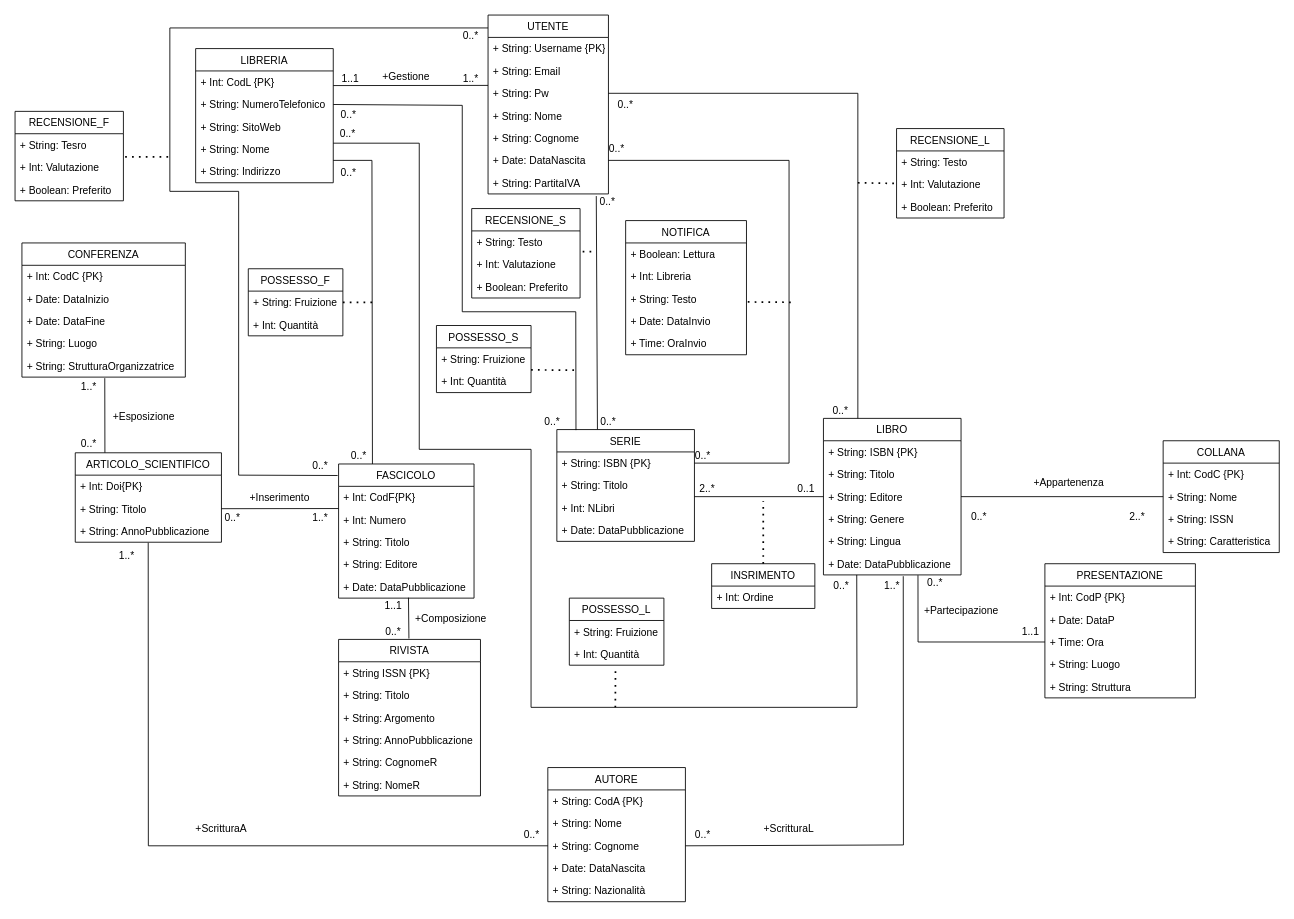
Giovk/Sistema-di-una-Bibleoteca-Digitale keeps this draw.io diagram as page "Pagina-1" (1 of 2) of DiagrammaUML(ristrutturato).drawio. Above is the earlier version. Source tidied: cells renumbered, new cells numbered last; positions are measured from the earlier drawing's top-left corner, leaving out a move shared by most shapes. Both pictures are drawn from the tidied source at 86%, with x=0, y=0 at pixel (15, 15).
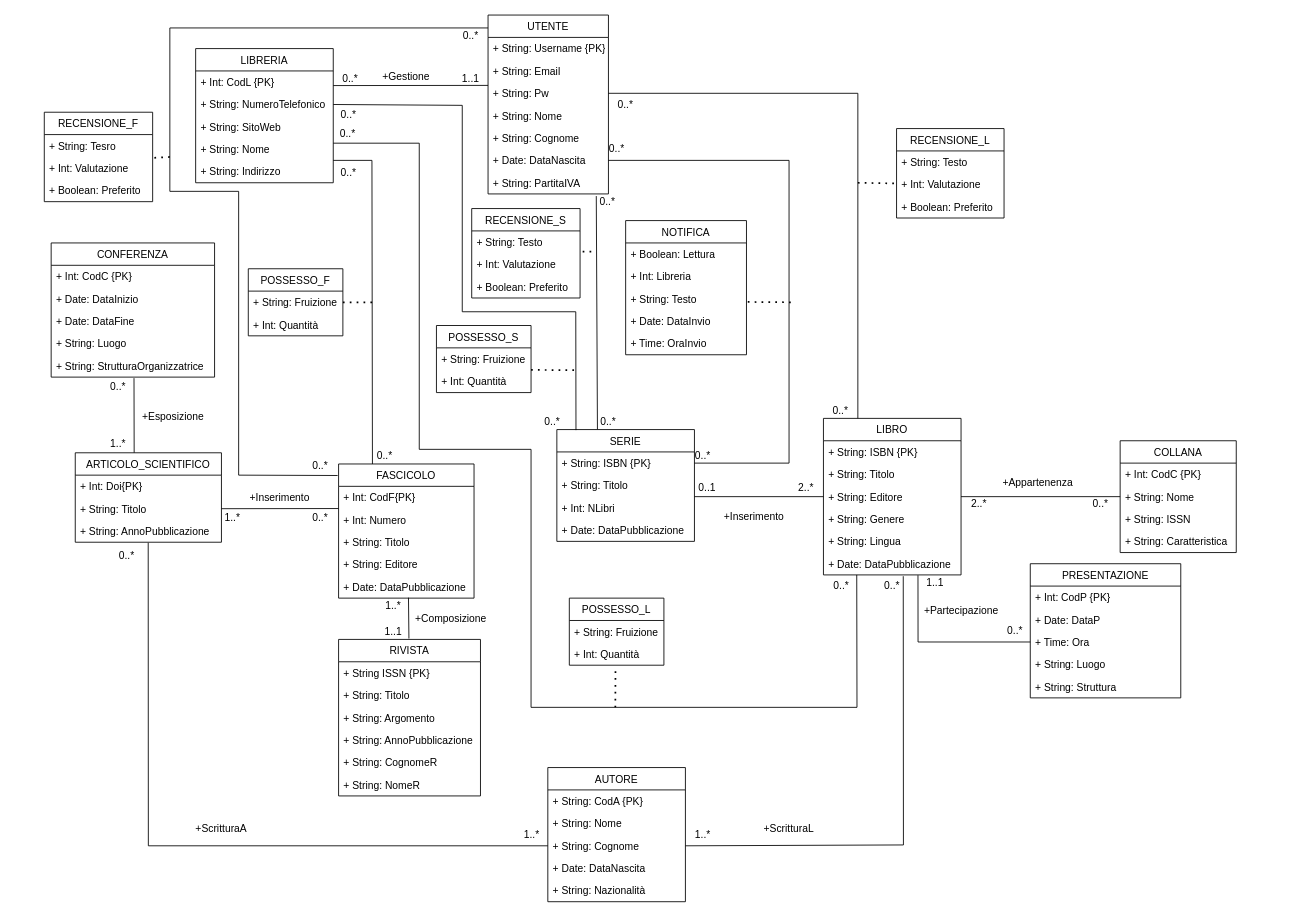
The same diagram, later.

The change refers to these unchanged cells:
```xml
<mxCell id="112" value="+ String: StrutturaOrganizzatrice" style="text;strokeColor=none;fillColor=none;align=left;verticalAlign=top;spacingLeft=4;spacingRight=4;overflow=hidden;points=[[0,0.5],[1,0.5]];portConstraint=eastwest;" parent="107" vertex="1">
  <mxGeometry y="130" width="190" height="26" as="geometry" />
</mxCell>
```

Diff of the diagram source:
```diff
@@
-    <mxCell id="18" value="1..*" style="text;html=1;strokeColor=none;fillColor=none;align=center;verticalAlign=middle;whiteSpace=wrap;rounded=0;" parent="1" vertex="1">
+    <mxCell id="18" value="1..1" style="text;html=1;strokeColor=none;fillColor=none;align=center;verticalAlign=middle;whiteSpace=wrap;rounded=0;" parent="1" vertex="1">
       <mxGeometry x="500" y="65" width="60" height="18" as="geometry" />
     </mxCell>
-    <mxCell id="19" value="1..1" style="text;html=1;strokeColor=none;fillColor=none;align=center;verticalAlign=middle;whiteSpace=wrap;rounded=0;" parent="1" vertex="1">
+    <mxCell id="19" value="0..*" style="text;html=1;strokeColor=none;fillColor=none;align=center;verticalAlign=middle;whiteSpace=wrap;rounded=0;" parent="1" vertex="1">
       <mxGeometry x="360" y="65" width="60" height="18" as="geometry" />
     </mxCell>
@@
-    <mxCell id="31" value="0..*" style="text;html=1;strokeColor=none;fillColor=none;align=center;verticalAlign=middle;whiteSpace=wrap;rounded=0;" parent="1" vertex="1">
+    <mxCell id="31" value="1..1" style="text;html=1;strokeColor=none;fillColor=none;align=center;verticalAlign=middle;whiteSpace=wrap;rounded=0;" parent="1" vertex="1">
       <mxGeometry x="410" y="708" width="60" height="18" as="geometry" />
     </mxCell>
@@
     <mxCell id="34" value="RECENSIONE_F" style="swimlane;fontStyle=0;horizontal=1;startSize=26;fillColor=none;" parent="1" vertex="1">
-      <mxGeometry y="112" width="126" height="104" as="geometry" />
+      <mxGeometry x="34" y="113" width="126" height="104" as="geometry" />
     </mxCell>
@@
     <mxCell id="78" value="COLLANA" style="swimlane;fontStyle=0;horizontal=1;startSize=26;fillColor=none;" parent="1" vertex="1">
-      <mxGeometry x="1335" y="495" width="135" height="130" as="geometry" />
+      <mxGeometry x="1285" y="495" width="135" height="130" as="geometry" />
     </mxCell>
@@
     <mxCell id="84" value="0..*" style="text;html=1;strokeColor=none;fillColor=none;align=center;verticalAlign=middle;whiteSpace=wrap;rounded=0;" parent="1" vertex="1">
-      <mxGeometry x="1091" y="575" width="60" height="18" as="geometry" />
+      <mxGeometry x="1240" y="559.5" width="45" height="18" as="geometry" />
     </mxCell>
     <mxCell id="85" value="2..*" style="text;html=1;strokeColor=none;fillColor=none;align=center;verticalAlign=middle;whiteSpace=wrap;rounded=0;" parent="1" vertex="1">
-      <mxGeometry x="1275" y="575" width="60" height="18" as="geometry" />
+      <mxGeometry x="1091" y="559.5" width="60" height="18" as="geometry" />
     </mxCell>
-    <mxCell id="86" value="INSRIMENTO" style="swimlane;fontStyle=0;horizontal=1;startSize=26;fillColor=none;" parent="1" vertex="1">
-      <mxGeometry x="810" y="638" width="120" height="52" as="geometry" />
-    </mxCell>
-    <mxCell id="87" value="+ Int: Ordine" style="text;strokeColor=none;fillColor=none;align=left;verticalAlign=top;spacingLeft=4;spacingRight=4;overflow=hidden;" parent="86" vertex="1">
-      <mxGeometry y="26" width="120" height="26" as="geometry" />
-    </mxCell>
@@
-    <mxCell id="89" style="endArrow=none;dashed=1;html=1;dashPattern=1 3;strokeWidth=2;rounded=0;exitX=0.5;exitY=0;exitDx=0;exitDy=0;" parent="1" edge="1" source="86">
-      <mxGeometry relative="1" as="geometry">
-        <mxPoint x="870" y="565" as="targetPoint" />
-      </mxGeometry>
-    </mxCell>
     <mxCell id="90" value="2..*" style="text;html=1;strokeColor=none;fillColor=none;align=center;verticalAlign=middle;whiteSpace=wrap;rounded=0;" parent="1" vertex="1">
-      <mxGeometry x="775" y="542" width="60" height="18" as="geometry" />
+      <mxGeometry x="900" y="541" width="40" height="18" as="geometry" />
     </mxCell>
     <mxCell id="91" value="0..1" style="text;html=1;strokeColor=none;fillColor=none;align=center;verticalAlign=middle;whiteSpace=wrap;rounded=0;" parent="1" vertex="1">
-      <mxGeometry x="890" y="542" width="60" height="18" as="geometry" />
+      <mxGeometry x="790" y="541" width="30" height="18" as="geometry" />
     </mxCell>
     <mxCell id="92" value="PRESENTAZIONE" style="swimlane;fontStyle=0;horizontal=1;startSize=26;fillColor=none;" parent="1" vertex="1">
-      <mxGeometry x="1197.5" y="638" width="175" height="156" as="geometry" />
+      <mxGeometry x="1180.5" y="638" width="175" height="156" as="geometry" />
     </mxCell>
@@
     <mxCell id="99" value="1..1" style="text;html=1;strokeColor=none;fillColor=none;align=center;verticalAlign=middle;whiteSpace=wrap;rounded=0;" parent="1" vertex="1">
-      <mxGeometry x="1151" y="708" width="60" height="18" as="geometry" />
+      <mxGeometry x="1040" y="651" width="60" height="18" as="geometry" />
     </mxCell>
     <mxCell id="100" value="0..*" style="text;html=1;strokeColor=none;fillColor=none;align=center;verticalAlign=middle;whiteSpace=wrap;rounded=0;" parent="1" vertex="1">
-      <mxGeometry x="1040" y="651" width="60" height="18" as="geometry" />
+      <mxGeometry x="1133" y="707" width="60" height="18" as="geometry" />
     </mxCell>
@@
     <mxCell id="107" value="CONFERENZA" style="swimlane;fontStyle=0;horizontal=1;startSize=26;fillColor=none;" parent="1" vertex="1">
-      <mxGeometry x="8" y="265" width="190" height="156" as="geometry" />
+      <mxGeometry x="42" y="265" width="190" height="156" as="geometry" />
     </mxCell>
@@
     <mxCell id="113" style="endArrow=none;html=1;rounded=0;entryX=0.462;entryY=-0.001;entryDx=0;entryDy=0;entryPerimeter=0;exitX=0.507;exitY=1.046;exitDx=0;exitDy=0;exitPerimeter=0;" parent="1" edge="1" source="112">
       <mxGeometry relative="1" as="geometry">
-        <mxPoint x="104.5" y="508.9" as="targetPoint" />
+        <mxPoint x="138.5" y="508.9" as="targetPoint" />
       </mxGeometry>
     </mxCell>
     <mxCell id="114" value="+Esposizione" style="text;html=1;strokeColor=none;fillColor=none;align=center;verticalAlign=middle;whiteSpace=wrap;rounded=0;" parent="1" vertex="1">
-      <mxGeometry x="100" y="452" width="100" height="30" as="geometry" />
+      <mxGeometry x="134" y="452" width="100" height="30" as="geometry" />
     </mxCell>
-    <mxCell id="115" value="0..*" style="text;html=1;strokeColor=none;fillColor=none;align=center;verticalAlign=middle;whiteSpace=wrap;rounded=0;" parent="1" vertex="1">
+    <mxCell id="115" value="1..*" style="text;html=1;strokeColor=none;fillColor=none;align=center;verticalAlign=middle;whiteSpace=wrap;rounded=0;" parent="1" vertex="1">
       <mxGeometry x="223" y="576" width="60" height="18" as="geometry" />
     </mxCell>
-    <mxCell id="116" value="0..*" style="text;html=1;strokeColor=none;fillColor=none;align=center;verticalAlign=middle;whiteSpace=wrap;rounded=0;" parent="1" vertex="1">
-      <mxGeometry x="56" y="490" width="60" height="18" as="geometry" />
+    <mxCell id="116" value="1..*" style="text;html=1;strokeColor=none;fillColor=none;align=center;verticalAlign=middle;whiteSpace=wrap;rounded=0;" parent="1" vertex="1">
+      <mxGeometry x="90" y="490" width="60" height="18" as="geometry" />
     </mxCell>
-    <mxCell id="117" value="1..*" style="text;html=1;strokeColor=none;fillColor=none;align=center;verticalAlign=middle;whiteSpace=wrap;rounded=0;" parent="1" vertex="1">
-      <mxGeometry x="56" y="423" width="60" height="18" as="geometry" />
+    <mxCell id="117" value="0..*" style="text;html=1;strokeColor=none;fillColor=none;align=center;verticalAlign=middle;whiteSpace=wrap;rounded=0;" parent="1" vertex="1">
+      <mxGeometry x="90" y="423" width="60" height="18" as="geometry" />
     </mxCell>
@@
-    <mxCell id="126" value="0..*" style="text;html=1;strokeColor=none;fillColor=none;align=center;verticalAlign=middle;whiteSpace=wrap;rounded=0;" parent="1" vertex="1">
+    <mxCell id="126" value="1..*" style="text;html=1;strokeColor=none;fillColor=none;align=center;verticalAlign=middle;whiteSpace=wrap;rounded=0;" parent="1" vertex="1">
       <mxGeometry x="769.5" y="944" width="60" height="18" as="geometry" />
     </mxCell>
-    <mxCell id="127" value="0..*" style="text;html=1;strokeColor=none;fillColor=none;align=center;verticalAlign=middle;whiteSpace=wrap;rounded=0;" parent="1" vertex="1">
+    <mxCell id="127" value="1..*" style="text;html=1;strokeColor=none;fillColor=none;align=center;verticalAlign=middle;whiteSpace=wrap;rounded=0;" parent="1" vertex="1">
       <mxGeometry x="570.5" y="944" width="60" height="18" as="geometry" />
     </mxCell>
-    <mxCell id="128" value="1..*" style="text;html=1;strokeColor=none;fillColor=none;align=center;verticalAlign=middle;whiteSpace=wrap;rounded=0;" parent="1" vertex="1">
+    <mxCell id="128" value="0..*" style="text;html=1;strokeColor=none;fillColor=none;align=center;verticalAlign=middle;whiteSpace=wrap;rounded=0;" parent="1" vertex="1">
       <mxGeometry x="990" y="655" width="60" height="18" as="geometry" />
     </mxCell>
-    <mxCell id="129" value="1..*" style="text;html=1;strokeColor=none;fillColor=none;align=center;verticalAlign=middle;whiteSpace=wrap;rounded=0;" parent="1" vertex="1">
+    <mxCell id="129" value="0..*" style="text;html=1;strokeColor=none;fillColor=none;align=center;verticalAlign=middle;whiteSpace=wrap;rounded=0;" parent="1" vertex="1">
       <mxGeometry x="100" y="620" width="60" height="18" as="geometry" />
     </mxCell>
@@
-    <mxCell id="139" value="1..*" style="text;html=1;strokeColor=none;fillColor=none;align=center;verticalAlign=middle;whiteSpace=wrap;rounded=0;" parent="1" vertex="1">
+    <mxCell id="139" value="0..*" style="text;html=1;strokeColor=none;fillColor=none;align=center;verticalAlign=middle;whiteSpace=wrap;rounded=0;" parent="1" vertex="1">
       <mxGeometry x="325" y="576" width="60" height="18" as="geometry" />
     </mxCell>
@@
-    <mxCell id="141" value="1..1" style="text;html=1;strokeColor=none;fillColor=none;align=center;verticalAlign=middle;whiteSpace=wrap;rounded=0;" parent="1" vertex="1">
+    <mxCell id="141" value="1..*" style="text;html=1;strokeColor=none;fillColor=none;align=center;verticalAlign=middle;whiteSpace=wrap;rounded=0;" parent="1" vertex="1">
       <mxGeometry x="410" y="678" width="60" height="18" as="geometry" />
     </mxCell>
@@
     <mxCell id="143" value="+Appartenenza" style="text;html=1;strokeColor=none;fillColor=none;align=center;verticalAlign=middle;whiteSpace=wrap;rounded=0;" parent="1" vertex="1">
-      <mxGeometry x="1176" y="529" width="99" height="30" as="geometry" />
+      <mxGeometry x="1140" y="529" width="99" height="30" as="geometry" />
     </mxCell>
@@
     <mxCell id="147" value="0..*" style="text;html=1;strokeColor=none;fillColor=none;align=center;verticalAlign=middle;whiteSpace=wrap;rounded=0;" parent="1" vertex="1">
-      <mxGeometry x="370" y="504" width="60" height="18" as="geometry" />
+      <mxGeometry x="400" y="504" width="60" height="18" as="geometry" />
     </mxCell>
@@
+    <mxCell id="161" value="+Inserimento" style="text;html=1;strokeColor=none;fillColor=none;align=center;verticalAlign=middle;whiteSpace=wrap;rounded=0;" parent="1" vertex="1">
+      <mxGeometry x="810" y="569" width="99" height="30" as="geometry" />
+    </mxCell>
```
